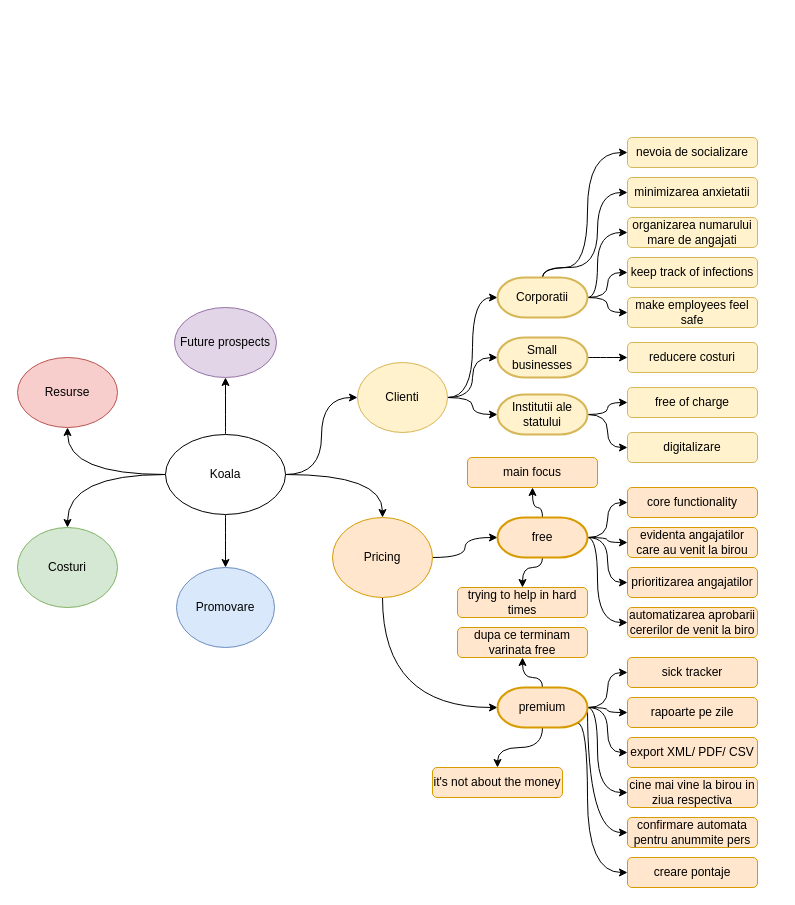
dariusmunteanu/Diagrams keeps this draw.io diagram as Koala mind map.drawio. Above is the earlier version. Source tidied: cells renumbered, new cells numbered last; positions are measured from the earlier drawing's top-left corner, leaving out a move shared by most shapes. Both pictures are drawn from the tidied source at 100%, with x=0, y=0 at pixel (17, 137).
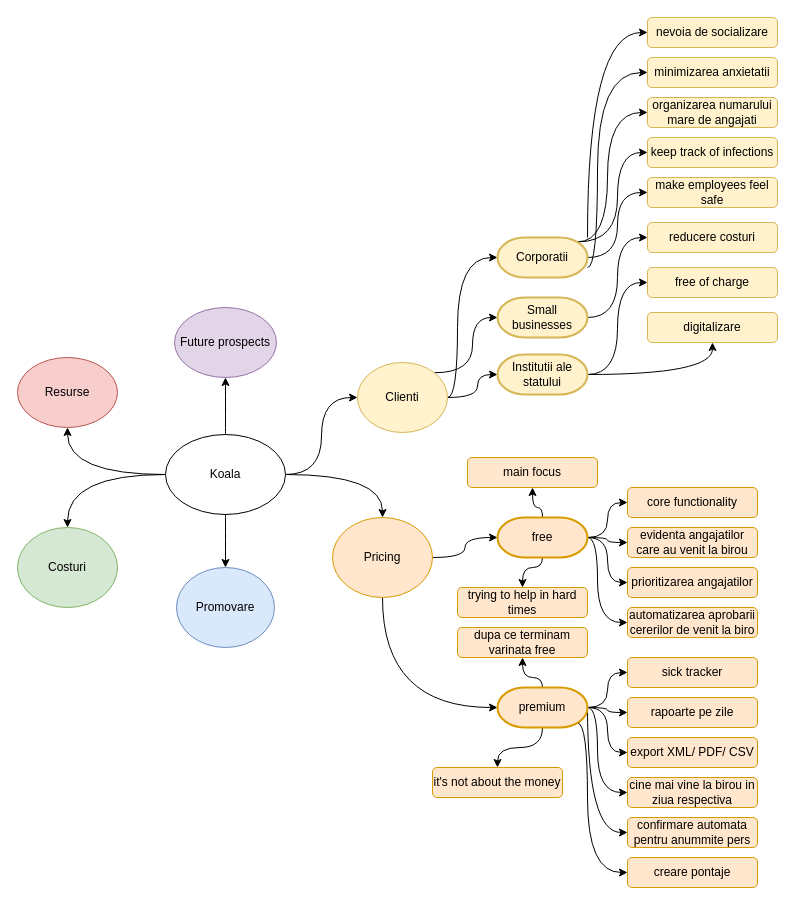
Above is the later version.

The change refers to these unchanged cells:
```xml
<mxCell id="12" value="Clienti" style="ellipse;whiteSpace=wrap;html=1;fillColor=#fff2cc;strokeColor=#d6b656;" parent="1" vertex="1">
  <mxGeometry x="340" y="225" width="90" height="70" as="geometry" />
</mxCell>
```

The edit, as a diff of the source:
```diff
@@
     <mxCell id="9" style="edgeStyle=orthogonalEdgeStyle;curved=1;jettySize=auto;html=1;exitX=1;exitY=0.5;exitDx=0;exitDy=0;entryX=0;entryY=0.5;entryDx=0;entryDy=0;entryPerimeter=0;" parent="1" edge="1" source="12" target="25">
-      <mxGeometry relative="1" as="geometry" />
+      <mxGeometry relative="1" as="geometry">
+        <Array as="points">
+          <mxPoint x="440" y="260" />
+          <mxPoint x="440" y="120" />
+        </Array>
+      </mxGeometry>
     </mxCell>
+    <mxCell id="11" style="edgeStyle=orthogonalEdgeStyle;curved=1;jettySize=auto;html=1;entryX=0;entryY=0.5;entryDx=0;entryDy=0;entryPerimeter=0;" parent="1" edge="1" source="12" target="30">
+      <mxGeometry relative="1" as="geometry">
+        <Array as="points">
+          <mxPoint x="460" y="260" />
+          <mxPoint x="460" y="237" />
+        </Array>
+      </mxGeometry>
+    </mxCell>
-    <mxCell id="10" style="edgeStyle=orthogonalEdgeStyle;curved=1;jettySize=auto;html=1;exitX=1;exitY=0.5;exitDx=0;exitDy=0;entryX=0;entryY=0.5;entryDx=0;entryDy=0;entryPerimeter=0;" parent="1" edge="1" source="12" target="27">
+    <mxCell id="10" style="edgeStyle=orthogonalEdgeStyle;curved=1;jettySize=auto;html=1;exitX=1;exitY=0;exitDx=0;exitDy=0;entryX=0;entryY=0.5;entryDx=0;entryDy=0;entryPerimeter=0;" parent="1" edge="1" source="12" target="27">
       <mxGeometry relative="1" as="geometry" />
     </mxCell>
-    <mxCell id="11" style="edgeStyle=orthogonalEdgeStyle;curved=1;jettySize=auto;html=1;entryX=0;entryY=0.5;entryDx=0;entryDy=0;entryPerimeter=0;" parent="1" edge="1" source="12" target="30">
-      <mxGeometry relative="1" as="geometry" />
-    </mxCell>
@@
-    <mxCell id="20" style="edgeStyle=orthogonalEdgeStyle;curved=1;jettySize=auto;html=1;entryX=0;entryY=0.5;entryDx=0;entryDy=0;" parent="1" edge="1" source="25" target="31">
-      <mxGeometry relative="1" as="geometry">
-        <Array as="points">
-          <mxPoint x="580" y="160" />
-          <mxPoint x="580" y="95" />
-        </Array>
-      </mxGeometry>
-    </mxCell>
-    <mxCell id="21" style="edgeStyle=orthogonalEdgeStyle;curved=1;jettySize=auto;html=1;entryX=0;entryY=0.5;entryDx=0;entryDy=0;" parent="1" edge="1" source="25" target="32">
-      <mxGeometry relative="1" as="geometry" />
-    </mxCell>
@@
+    <mxCell id="20" style="edgeStyle=orthogonalEdgeStyle;curved=1;jettySize=auto;html=1;exitX=0.89;exitY=0.11;exitDx=0;exitDy=0;exitPerimeter=0;entryX=0;entryY=0.5;entryDx=0;entryDy=0;" parent="1" edge="1" source="25" target="31">
+      <mxGeometry relative="1" as="geometry">
+        <Array as="points">
+          <mxPoint x="590" y="104" />
+          <mxPoint x="590" y="-25" />
+        </Array>
+      </mxGeometry>
+    </mxCell>
+    <mxCell id="21" style="edgeStyle=orthogonalEdgeStyle;curved=1;jettySize=auto;html=1;exitX=0.89;exitY=0.11;exitDx=0;exitDy=0;exitPerimeter=0;entryX=0;entryY=0.5;entryDx=0;entryDy=0;" parent="1" edge="1" source="25" target="32">
+      <mxGeometry relative="1" as="geometry" />
+    </mxCell>
     <mxCell id="25" value="Corporatii" style="strokeWidth=2;html=1;shape=mxgraph.flowchart.terminator;whiteSpace=wrap;fillColor=#fff2cc;strokeColor=#d6b656;" parent="1" vertex="1">
-      <mxGeometry x="480" y="140" width="90" height="40" as="geometry" />
+      <mxGeometry x="480" y="100" width="90" height="40" as="geometry" />
     </mxCell>
@@
     <mxCell id="27" value="Small businesses" style="strokeWidth=2;html=1;shape=mxgraph.flowchart.terminator;whiteSpace=wrap;fillColor=#fff2cc;strokeColor=#d6b656;" parent="1" vertex="1">
-      <mxGeometry x="480" y="200" width="90" height="40" as="geometry" />
+      <mxGeometry x="480" y="160" width="90" height="40" as="geometry" />
     </mxCell>
@@
     <mxCell id="30" value="Institutii ale statului" style="strokeWidth=2;html=1;shape=mxgraph.flowchart.terminator;whiteSpace=wrap;fillColor=#fff2cc;strokeColor=#d6b656;" parent="1" vertex="1">
-      <mxGeometry x="480" y="257" width="90" height="40" as="geometry" />
+      <mxGeometry x="480" y="217" width="90" height="40" as="geometry" />
     </mxCell>
     <mxCell id="31" value="organizarea numarului mare de angajati" style="rounded=1;whiteSpace=wrap;html=1;fillColor=#fff2cc;strokeColor=#d6b656;" parent="1" vertex="1">
-      <mxGeometry x="610" y="80" width="130" height="30" as="geometry" />
+      <mxGeometry x="630" y="-40" width="130" height="30" as="geometry" />
     </mxCell>
     <mxCell id="32" value="keep track of infections" style="rounded=1;whiteSpace=wrap;html=1;fillColor=#fff2cc;strokeColor=#d6b656;" parent="1" vertex="1">
-      <mxGeometry x="610" y="120" width="130" height="30" as="geometry" />
+      <mxGeometry x="630" width="130" height="30" as="geometry" />
     </mxCell>
     <mxCell id="33" value="make employees feel safe" style="rounded=1;whiteSpace=wrap;html=1;fillColor=#fff2cc;strokeColor=#d6b656;" parent="1" vertex="1">
-      <mxGeometry x="610" y="160" width="130" height="30" as="geometry" />
+      <mxGeometry x="630" y="40" width="130" height="30" as="geometry" />
     </mxCell>
     <mxCell id="34" value="minimizarea anxietatii" style="rounded=1;whiteSpace=wrap;html=1;fillColor=#fff2cc;strokeColor=#d6b656;" parent="1" vertex="1">
-      <mxGeometry x="610" y="40" width="130" height="30" as="geometry" />
+      <mxGeometry x="630" y="-80" width="130" height="30" as="geometry" />
     </mxCell>
     <mxCell id="35" value="nevoia de socializare" style="rounded=1;whiteSpace=wrap;html=1;fillColor=#fff2cc;strokeColor=#d6b656;" parent="1" vertex="1">
-      <mxGeometry x="610" width="130" height="30" as="geometry" />
+      <mxGeometry x="630" y="-120" width="130" height="30" as="geometry" />
     </mxCell>
     <mxCell id="36" value="reducere costuri" style="rounded=1;whiteSpace=wrap;html=1;fillColor=#fff2cc;strokeColor=#d6b656;" parent="1" vertex="1">
-      <mxGeometry x="610" y="205" width="130" height="30" as="geometry" />
+      <mxGeometry x="630" y="85" width="130" height="30" as="geometry" />
     </mxCell>
     <mxCell id="37" value="free of charge" style="rounded=1;whiteSpace=wrap;html=1;fillColor=#fff2cc;strokeColor=#d6b656;" parent="1" vertex="1">
-      <mxGeometry x="610" y="250" width="130" height="30" as="geometry" />
+      <mxGeometry x="630" y="130" width="130" height="30" as="geometry" />
     </mxCell>
     <mxCell id="38" value="digitalizare" style="rounded=1;whiteSpace=wrap;html=1;fillColor=#fff2cc;strokeColor=#d6b656;" parent="1" vertex="1">
-      <mxGeometry x="610" y="295" width="130" height="30" as="geometry" />
+      <mxGeometry x="630" y="175" width="130" height="30" as="geometry" />
     </mxCell>
```
